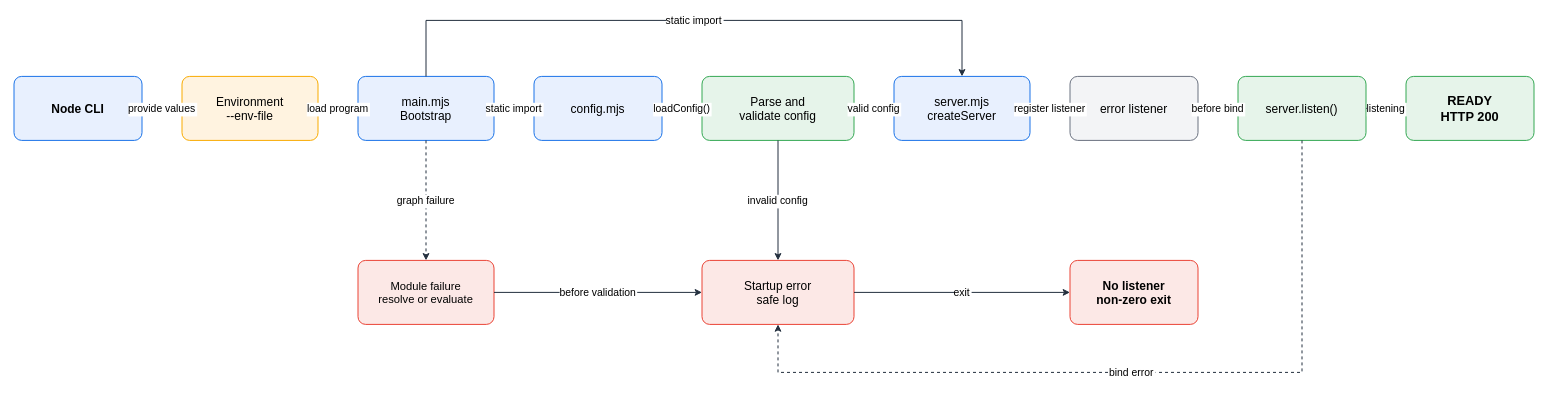
The draw.io diagram assets/img/nodejs/node-esm-startup-config-flow.drawio in KKamJi98/kkamji98.github.io, before the edit. Source tidied: cells renumbered, new cells numbered last; positions are measured from the earlier drawing's top-left corner, leaving out a move shared by most shapes. Both pictures are drawn from the tidied source at 80%, with x=0, y=0 at pixel (14, 20).
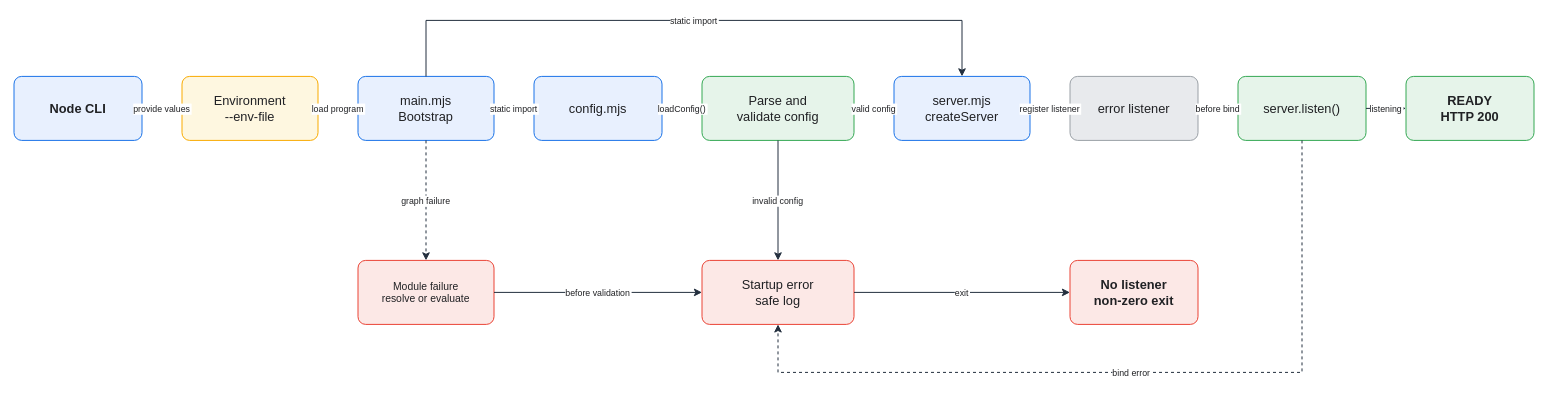
The same page after the edit.

Diff of the diagram source:
```diff
@@
-    <mxCell id="2" value="Node CLI" style="rounded=1;arcSize=12;whiteSpace=wrap;html=0;fillColor=#E8F0FE;strokeColor=#1A73E8;strokeWidth=1.25;fontColor=#000000;fontSize=15;fontStyle=1;align=center;verticalAlign=middle;" parent="1" vertex="1">
+    <mxCell id="2" value="Node CLI" style="rounded=1;arcSize=12;whiteSpace=wrap;html=0;fillColor=#E8F0FE;strokeColor=#1A73E8;strokeWidth=1.25;fontColor=#202124;fontSize=16;fontStyle=1;align=center;verticalAlign=middle;" parent="1" vertex="1">
       <mxGeometry y="70" width="160" height="80" as="geometry" />
     </mxCell>
-    <mxCell id="3" value="Environment&#10;--env-file" style="rounded=1;arcSize=12;whiteSpace=wrap;html=0;fillColor=#FFF3E0;strokeColor=#F9AB00;strokeWidth=1.25;fontColor=#000000;fontSize=15;align=center;verticalAlign=middle;" parent="1" vertex="1">
+    <mxCell id="3" value="Environment&#10;--env-file" style="rounded=1;arcSize=12;whiteSpace=wrap;html=0;fillColor=#FEF7E0;strokeColor=#F9AB00;strokeWidth=1.25;fontColor=#202124;fontSize=16;align=center;verticalAlign=middle;" parent="1" vertex="1">
       <mxGeometry x="210" y="70" width="170" height="80" as="geometry" />
     </mxCell>
-    <mxCell id="4" value="main.mjs&#10;Bootstrap" style="rounded=1;arcSize=12;whiteSpace=wrap;html=0;fillColor=#E8F0FE;strokeColor=#1A73E8;strokeWidth=1.25;fontColor=#000000;fontSize=15;align=center;verticalAlign=middle;" parent="1" vertex="1">
+    <mxCell id="4" value="main.mjs&#10;Bootstrap" style="rounded=1;arcSize=12;whiteSpace=wrap;html=0;fillColor=#E8F0FE;strokeColor=#1A73E8;strokeWidth=1.25;fontColor=#202124;fontSize=16;align=center;verticalAlign=middle;" parent="1" vertex="1">
       <mxGeometry x="430" y="70" width="170" height="80" as="geometry" />
     </mxCell>
-    <mxCell id="5" value="config.mjs" style="rounded=1;arcSize=12;whiteSpace=wrap;html=0;fillColor=#E8F0FE;strokeColor=#1A73E8;strokeWidth=1.25;fontColor=#000000;fontSize=15;align=center;verticalAlign=middle;" parent="1" vertex="1">
+    <mxCell id="5" value="config.mjs" style="rounded=1;arcSize=12;whiteSpace=wrap;html=0;fillColor=#E8F0FE;strokeColor=#1A73E8;strokeWidth=1.25;fontColor=#202124;fontSize=16;align=center;verticalAlign=middle;" parent="1" vertex="1">
       <mxGeometry x="650" y="70" width="160" height="80" as="geometry" />
     </mxCell>
-    <mxCell id="6" value="Parse and&#10;validate config" style="rounded=1;arcSize=12;whiteSpace=wrap;html=0;fillColor=#E6F4EA;strokeColor=#34A853;strokeWidth=1.25;fontColor=#000000;fontSize=15;align=center;verticalAlign=middle;" parent="1" vertex="1">
+    <mxCell id="6" value="Parse and&#10;validate config" style="rounded=1;arcSize=12;whiteSpace=wrap;html=0;fillColor=#E6F4EA;strokeColor=#34A853;strokeWidth=1.25;fontColor=#202124;fontSize=16;align=center;verticalAlign=middle;" parent="1" vertex="1">
       <mxGeometry x="860" y="70" width="190" height="80" as="geometry" />
     </mxCell>
-    <mxCell id="7" value="server.mjs&#10;createServer" style="rounded=1;arcSize=12;whiteSpace=wrap;html=0;fillColor=#E8F0FE;strokeColor=#1A73E8;strokeWidth=1.25;fontColor=#000000;fontSize=15;align=center;verticalAlign=middle;" parent="1" vertex="1">
+    <mxCell id="7" value="server.mjs&#10;createServer" style="rounded=1;arcSize=12;whiteSpace=wrap;html=0;fillColor=#E8F0FE;strokeColor=#1A73E8;strokeWidth=1.25;fontColor=#202124;fontSize=16;align=center;verticalAlign=middle;" parent="1" vertex="1">
       <mxGeometry x="1100" y="70" width="170" height="80" as="geometry" />
     </mxCell>
-    <mxCell id="8" value="error listener" style="rounded=1;arcSize=12;whiteSpace=wrap;html=0;fillColor=#F3F4F6;strokeColor=#6B7280;strokeWidth=1.25;fontColor=#000000;fontSize=15;align=center;verticalAlign=middle;" parent="1" vertex="1">
+    <mxCell id="8" value="error listener" style="rounded=1;arcSize=12;whiteSpace=wrap;html=0;fillColor=#E8EAED;strokeColor=#9AA0A6;strokeWidth=1.25;fontColor=#202124;fontSize=16;align=center;verticalAlign=middle;" parent="1" vertex="1">
       <mxGeometry x="1320" y="70" width="160" height="80" as="geometry" />
     </mxCell>
-    <mxCell id="9" value="server.listen()" style="rounded=1;arcSize=12;whiteSpace=wrap;html=0;fillColor=#E6F4EA;strokeColor=#34A853;strokeWidth=1.25;fontColor=#000000;fontSize=15;align=center;verticalAlign=middle;" parent="1" vertex="1">
+    <mxCell id="9" value="server.listen()" style="rounded=1;arcSize=12;whiteSpace=wrap;html=0;fillColor=#E6F4EA;strokeColor=#34A853;strokeWidth=1.25;fontColor=#202124;fontSize=16;align=center;verticalAlign=middle;" parent="1" vertex="1">
       <mxGeometry x="1530" y="70" width="160" height="80" as="geometry" />
     </mxCell>
-    <mxCell id="10" value="READY&#10;HTTP 200" style="rounded=1;arcSize=12;whiteSpace=wrap;html=0;fillColor=#E6F4EA;strokeColor=#34A853;strokeWidth=1.25;fontColor=#000000;fontSize=16;fontStyle=1;align=center;verticalAlign=middle;" parent="1" vertex="1">
+    <mxCell id="10" value="READY&#10;HTTP 200" style="rounded=1;arcSize=12;whiteSpace=wrap;html=0;fillColor=#E6F4EA;strokeColor=#34A853;strokeWidth=1.25;fontColor=#202124;fontSize=16;fontStyle=1;align=center;verticalAlign=middle;" parent="1" vertex="1">
       <mxGeometry x="1740" y="70" width="160" height="80" as="geometry" />
     </mxCell>
-    <mxCell id="11" value="Module failure&#10;resolve or evaluate" style="rounded=1;arcSize=12;whiteSpace=wrap;html=0;fillColor=#FCE8E6;strokeColor=#EA4335;strokeWidth=1.25;fontColor=#000000;fontSize=14;align=center;verticalAlign=middle;" parent="1" vertex="1">
+    <mxCell id="11" value="Module failure&#10;resolve or evaluate" style="rounded=1;arcSize=12;whiteSpace=wrap;html=0;fillColor=#FCE8E6;strokeColor=#EA4335;strokeWidth=1.25;fontColor=#202124;fontSize=13;align=center;verticalAlign=middle;" parent="1" vertex="1">
       <mxGeometry x="430" y="300" width="170" height="80" as="geometry" />
     </mxCell>
-    <mxCell id="12" value="Startup error&#10;safe log" style="rounded=1;arcSize=12;whiteSpace=wrap;html=0;fillColor=#FCE8E6;strokeColor=#EA4335;strokeWidth=1.25;fontColor=#000000;fontSize=15;align=center;verticalAlign=middle;" parent="1" vertex="1">
+    <mxCell id="12" value="Startup error&#10;safe log" style="rounded=1;arcSize=12;whiteSpace=wrap;html=0;fillColor=#FCE8E6;strokeColor=#EA4335;strokeWidth=1.25;fontColor=#202124;fontSize=16;align=center;verticalAlign=middle;" parent="1" vertex="1">
       <mxGeometry x="860" y="300" width="190" height="80" as="geometry" />
     </mxCell>
-    <mxCell id="13" value="No listener&#10;non-zero exit" style="rounded=1;arcSize=12;whiteSpace=wrap;html=0;fillColor=#FCE8E6;strokeColor=#EA4335;strokeWidth=1.25;fontColor=#000000;fontSize=15;fontStyle=1;align=center;verticalAlign=middle;" parent="1" vertex="1">
+    <mxCell id="13" value="No listener&#10;non-zero exit" style="rounded=1;arcSize=12;whiteSpace=wrap;html=0;fillColor=#FCE8E6;strokeColor=#EA4335;strokeWidth=1.25;fontColor=#202124;fontSize=16;fontStyle=1;align=center;verticalAlign=middle;" parent="1" vertex="1">
       <mxGeometry x="1320" y="300" width="160" height="80" as="geometry" />
     </mxCell>
-    <mxCell id="14" value="provide values" style="edgeStyle=orthogonalEdgeStyle;rounded=0;html=0;strokeColor=#232F3E;strokeWidth=1.25;fontColor=#000000;fontSize=13;labelBackgroundColor=#FFFFFF;exitX=1;exitY=0.5;entryX=0;entryY=0.5;" parent="1" edge="1" source="2" target="3">
+    <mxCell id="14" value="provide values" style="edgeStyle=orthogonalEdgeStyle;rounded=0;html=0;strokeColor=#232F3E;strokeWidth=1.25;fontColor=#202124;fontSize=11;labelBackgroundColor=#FFFFFF;exitX=1;exitY=0.5;entryX=0;entryY=0.5;endSize=7;" parent="1" edge="1" source="2" target="3">
       <mxGeometry relative="1" as="geometry" />
     </mxCell>
-    <mxCell id="15" value="load program" style="edgeStyle=orthogonalEdgeStyle;rounded=0;html=0;strokeColor=#232F3E;strokeWidth=1.25;fontColor=#000000;fontSize=13;labelBackgroundColor=#FFFFFF;exitX=1;exitY=0.5;entryX=0;entryY=0.5;" parent="1" edge="1" source="3" target="4">
+    <mxCell id="15" value="load program" style="edgeStyle=orthogonalEdgeStyle;rounded=0;html=0;strokeColor=#232F3E;strokeWidth=1.25;fontColor=#202124;fontSize=11;labelBackgroundColor=#FFFFFF;exitX=1;exitY=0.5;entryX=0;entryY=0.5;endSize=7;" parent="1" edge="1" source="3" target="4">
       <mxGeometry relative="1" as="geometry" />
     </mxCell>
-    <mxCell id="16" value="static import" style="edgeStyle=orthogonalEdgeStyle;rounded=0;html=0;strokeColor=#232F3E;strokeWidth=1.25;fontColor=#000000;fontSize=13;labelBackgroundColor=#FFFFFF;exitX=1;exitY=0.5;entryX=0;entryY=0.5;" parent="1" edge="1" source="4" target="5">
+    <mxCell id="16" value="static import" style="edgeStyle=orthogonalEdgeStyle;rounded=0;html=0;strokeColor=#232F3E;strokeWidth=1.25;fontColor=#202124;fontSize=11;labelBackgroundColor=#FFFFFF;exitX=1;exitY=0.5;entryX=0;entryY=0.5;endSize=7;" parent="1" edge="1" source="4" target="5">
       <mxGeometry relative="1" as="geometry" />
     </mxCell>
-    <mxCell id="17" value="loadConfig()" style="edgeStyle=orthogonalEdgeStyle;rounded=0;html=0;strokeColor=#232F3E;strokeWidth=1.25;fontColor=#000000;fontSize=13;labelBackgroundColor=#FFFFFF;exitX=1;exitY=0.5;entryX=0;entryY=0.5;" parent="1" edge="1" source="5" target="6">
+    <mxCell id="17" value="loadConfig()" style="edgeStyle=orthogonalEdgeStyle;rounded=0;html=0;strokeColor=#232F3E;strokeWidth=1.25;fontColor=#202124;fontSize=11;labelBackgroundColor=#FFFFFF;exitX=1;exitY=0.5;entryX=0;entryY=0.5;endSize=7;" parent="1" edge="1" source="5" target="6">
       <mxGeometry relative="1" as="geometry" />
     </mxCell>
-    <mxCell id="18" value="valid config" style="edgeStyle=orthogonalEdgeStyle;rounded=0;html=0;strokeColor=#232F3E;strokeWidth=1.25;fontColor=#000000;fontSize=13;labelBackgroundColor=#FFFFFF;exitX=1;exitY=0.5;entryX=0;entryY=0.5;" parent="1" edge="1" source="6" target="7">
+    <mxCell id="18" value="valid config" style="edgeStyle=orthogonalEdgeStyle;rounded=0;html=0;strokeColor=#232F3E;strokeWidth=1.25;fontColor=#202124;fontSize=11;labelBackgroundColor=#FFFFFF;exitX=1;exitY=0.5;entryX=0;entryY=0.5;endSize=7;" parent="1" edge="1" source="6" target="7">
       <mxGeometry relative="1" as="geometry" />
     </mxCell>
-    <mxCell id="19" value="register listener" style="edgeStyle=orthogonalEdgeStyle;rounded=0;html=0;strokeColor=#232F3E;strokeWidth=1.25;fontColor=#000000;fontSize=13;labelBackgroundColor=#FFFFFF;exitX=1;exitY=0.5;entryX=0;entryY=0.5;" parent="1" edge="1" source="7" target="8">
+    <mxCell id="19" value="register listener" style="edgeStyle=orthogonalEdgeStyle;rounded=0;html=0;strokeColor=#232F3E;strokeWidth=1.25;fontColor=#202124;fontSize=11;labelBackgroundColor=#FFFFFF;exitX=1;exitY=0.5;entryX=0;entryY=0.5;endSize=7;" parent="1" edge="1" source="7" target="8">
       <mxGeometry relative="1" as="geometry" />
     </mxCell>
-    <mxCell id="20" value="before bind" style="edgeStyle=orthogonalEdgeStyle;rounded=0;html=0;strokeColor=#232F3E;strokeWidth=1.25;fontColor=#000000;fontSize=13;labelBackgroundColor=#FFFFFF;exitX=1;exitY=0.5;entryX=0;entryY=0.5;" parent="1" edge="1" source="8" target="9">
+    <mxCell id="20" value="before bind" style="edgeStyle=orthogonalEdgeStyle;rounded=0;html=0;strokeColor=#232F3E;strokeWidth=1.25;fontColor=#202124;fontSize=11;labelBackgroundColor=#FFFFFF;exitX=1;exitY=0.5;entryX=0;entryY=0.5;endSize=7;" parent="1" edge="1" source="8" target="9">
       <mxGeometry relative="1" as="geometry" />
     </mxCell>
-    <mxCell id="21" value="listening" style="edgeStyle=orthogonalEdgeStyle;rounded=0;html=0;strokeColor=#232F3E;strokeWidth=1.25;fontColor=#000000;fontSize=13;labelBackgroundColor=#FFFFFF;exitX=1;exitY=0.5;entryX=0;entryY=0.5;" parent="1" edge="1" source="9" target="10">
+    <mxCell id="21" value="listening" style="edgeStyle=orthogonalEdgeStyle;rounded=0;html=0;strokeColor=#232F3E;strokeWidth=1.25;fontColor=#202124;fontSize=11;labelBackgroundColor=#FFFFFF;exitX=1;exitY=0.5;entryX=0;entryY=0.5;endSize=7;" parent="1" edge="1" source="9" target="10">
       <mxGeometry relative="1" as="geometry" />
     </mxCell>
-    <mxCell id="22" value="static import" style="edgeStyle=orthogonalEdgeStyle;rounded=0;html=0;strokeColor=#232F3E;strokeWidth=1.25;fontColor=#000000;fontSize=13;labelBackgroundColor=#FFFFFF;exitX=0.5;exitY=0;entryX=0.5;entryY=0;" parent="1" edge="1" source="4" target="7">
+    <mxCell id="22" value="static import" style="edgeStyle=orthogonalEdgeStyle;rounded=0;html=0;strokeColor=#232F3E;strokeWidth=1.25;fontColor=#202124;fontSize=11;labelBackgroundColor=#FFFFFF;exitX=0.5;exitY=0;entryX=0.5;entryY=0;endSize=7;" parent="1" edge="1" source="4" target="7">
       <mxGeometry relative="1" as="geometry">
         <Array as="points">
           <mxPoint x="515" />
           <mxPoint x="1185" />
         </Array>
       </mxGeometry>
     </mxCell>
-    <mxCell id="23" value="graph failure" style="edgeStyle=orthogonalEdgeStyle;rounded=0;html=0;dashed=1;strokeColor=#232F3E;strokeWidth=1.25;fontColor=#000000;fontSize=13;labelBackgroundColor=#FFFFFF;exitX=0.5;exitY=1;entryX=0.5;entryY=0;" parent="1" edge="1" source="4" target="11">
+    <mxCell id="23" value="graph failure" style="edgeStyle=orthogonalEdgeStyle;rounded=0;html=0;dashed=1;strokeColor=#232F3E;strokeWidth=1.25;fontColor=#202124;fontSize=11;labelBackgroundColor=#FFFFFF;exitX=0.5;exitY=1;entryX=0.5;entryY=0;endSize=7;" parent="1" edge="1" source="4" target="11">
       <mxGeometry relative="1" as="geometry" />
     </mxCell>
-    <mxCell id="24" value="invalid config" style="edgeStyle=orthogonalEdgeStyle;rounded=0;html=0;strokeColor=#232F3E;strokeWidth=1.25;fontColor=#000000;fontSize=13;labelBackgroundColor=#FFFFFF;exitX=0.5;exitY=1;entryX=0.5;entryY=0;" parent="1" edge="1" source="6" target="12">
+    <mxCell id="24" value="invalid config" style="edgeStyle=orthogonalEdgeStyle;rounded=0;html=0;strokeColor=#232F3E;strokeWidth=1.25;fontColor=#202124;fontSize=11;labelBackgroundColor=#FFFFFF;exitX=0.5;exitY=1;entryX=0.5;entryY=0;endSize=7;" parent="1" edge="1" source="6" target="12">
       <mxGeometry relative="1" as="geometry" />
     </mxCell>
-    <mxCell id="25" value="before validation" style="edgeStyle=orthogonalEdgeStyle;rounded=0;html=0;strokeColor=#232F3E;strokeWidth=1.25;fontColor=#000000;fontSize=13;labelBackgroundColor=#FFFFFF;exitX=1;exitY=0.5;entryX=0;entryY=0.5;" parent="1" edge="1" source="11" target="12">
+    <mxCell id="25" value="before validation" style="edgeStyle=orthogonalEdgeStyle;rounded=0;html=0;strokeColor=#232F3E;strokeWidth=1.25;fontColor=#202124;fontSize=11;labelBackgroundColor=#FFFFFF;exitX=1;exitY=0.5;entryX=0;entryY=0.5;endSize=7;" parent="1" edge="1" source="11" target="12">
       <mxGeometry relative="1" as="geometry" />
     </mxCell>
-    <mxCell id="26" value="exit" style="edgeStyle=orthogonalEdgeStyle;rounded=0;html=0;strokeColor=#232F3E;strokeWidth=1.25;fontColor=#000000;fontSize=13;labelBackgroundColor=#FFFFFF;exitX=1;exitY=0.5;entryX=0;entryY=0.5;" parent="1" edge="1" source="12" target="13">
+    <mxCell id="26" value="exit" style="edgeStyle=orthogonalEdgeStyle;rounded=0;html=0;strokeColor=#232F3E;strokeWidth=1.25;fontColor=#202124;fontSize=11;labelBackgroundColor=#FFFFFF;exitX=1;exitY=0.5;entryX=0;entryY=0.5;endSize=7;" parent="1" edge="1" source="12" target="13">
       <mxGeometry relative="1" as="geometry" />
     </mxCell>
-    <mxCell id="27" value="bind error" style="edgeStyle=orthogonalEdgeStyle;rounded=0;html=0;dashed=1;strokeColor=#232F3E;strokeWidth=1.25;fontColor=#000000;fontSize=13;labelBackgroundColor=#FFFFFF;exitX=0.5;exitY=1;entryX=0.5;entryY=1;" parent="1" edge="1" source="9" target="12">
+    <mxCell id="27" value="bind error" style="edgeStyle=orthogonalEdgeStyle;rounded=0;html=0;dashed=1;strokeColor=#232F3E;strokeWidth=1.25;fontColor=#202124;fontSize=11;labelBackgroundColor=#FFFFFF;exitX=0.5;exitY=1;entryX=0.5;entryY=1;endSize=7;" parent="1" edge="1" source="9" target="12">
       <mxGeometry relative="1" as="geometry">
         <Array as="points">
           <mxPoint x="1610" y="440" />
           <mxPoint x="955" y="440" />
         </Array>
       </mxGeometry>
     </mxCell>
```
